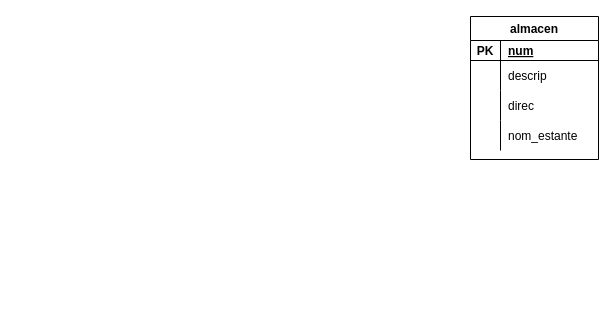
JuanMarinG/TA12_MYSQL keeps this draw.io diagram as Ex5.drawio. Above is the earlier version. Source tidied: cells renumbered, new cells numbered last; positions are measured from the earlier drawing's top-left corner, leaving out a move shared by most shapes. Both pictures are drawn from the tidied source at 100%, with x=0, y=0 at pixel (470, 16).
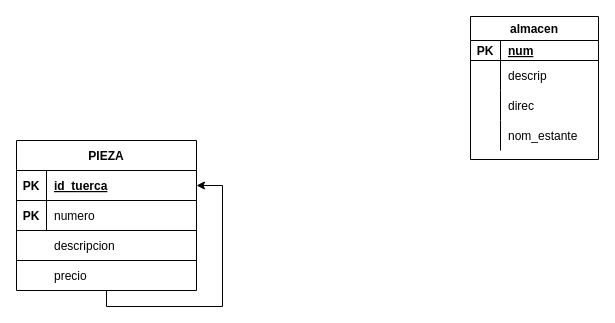
After the change.

Commit message:
Generar tabla PIEZA

What changed in the source:
```diff
@@
+    <mxCell id="15" value="PIEZA" style="shape=table;startSize=30;childLayout=tableLayout;rowLines=0;fontStyle=1;align=center;" parent="1" vertex="1">
+      <mxGeometry x="-454" y="124" width="180" height="150" as="geometry" />
+    </mxCell>
+    <mxCell id="16" style="shape=tableRow;horizontal=0;startSize=0;swimlaneHead=0;swimlaneBody=0;fillColor=none;points=[[0,0.5],[1,0.5]];portConstraint=eastwest;top=0;left=0;right=0;bottom=1;" parent="15" vertex="1">
+      <mxGeometry y="30" width="180" height="30" as="geometry" />
+    </mxCell>
+    <mxCell id="17" value="PK" style="shape=partialRectangle;fillColor=none;top=0;left=0;bottom=0;right=0;fontStyle=1;overflow=hidden;" parent="16" vertex="1">
+      <mxGeometry width="30" height="30" as="geometry" />
+    </mxCell>
+    <mxCell id="18" value="id_tuerca" style="shape=partialRectangle;fillColor=none;top=0;left=0;bottom=0;right=0;align=left;spacingLeft=6;fontStyle=5;overflow=hidden;" parent="16" vertex="1">
+      <mxGeometry x="30" width="150" height="30" as="geometry" />
+    </mxCell>
+    <mxCell id="19" style="shape=tableRow;horizontal=0;startSize=0;swimlaneHead=0;swimlaneBody=0;fillColor=none;top=0;left=0;right=0;bottom=0;" parent="15" vertex="1">
+      <mxGeometry y="60" width="180" height="30" as="geometry" />
+    </mxCell>
+    <mxCell id="20" value="PK" style="shape=partialRectangle;fillColor=none;top=0;left=0;bottom=0;right=0;overflow=hidden;fontStyle=1;" parent="19" vertex="1">
+      <mxGeometry width="30" height="30" as="geometry" />
+    </mxCell>
+    <mxCell id="21" value="numero" style="shape=partialRectangle;fillColor=none;top=0;left=0;bottom=0;right=0;align=left;spacingLeft=6;overflow=hidden;" parent="19" vertex="1">
+      <mxGeometry x="30" width="150" height="30" as="geometry" />
+    </mxCell>
+    <mxCell id="22" style="edgeStyle=orthogonalEdgeStyle;rounded=0;jettySize=auto;html=1;entryX=1;entryY=0.5;entryDx=0;entryDy=0;" parent="15" edge="1" source="15" target="16">
+      <mxGeometry relative="1" as="geometry">
+        <Array as="points">
+          <mxPoint x="90" y="166" />
+          <mxPoint x="206" y="166" />
+          <mxPoint x="206" y="45" />
+        </Array>
+      </mxGeometry>
+    </mxCell>
@@
+    <mxCell id="23" style="line;strokeWidth=1;dashed=0;labelPosition=right;align=left;verticalAlign=middle;spacingTop=0;spacingLeft=6;" parent="1" vertex="1">
+      <mxGeometry x="-454" y="209" width="180" height="10" as="geometry" />
+    </mxCell>
+    <mxCell id="24" style="shape=partialRectangle;fillColor=none;top=0;left=0;bottom=0;right=0;overflow=hidden;fontStyle=1;" parent="1" vertex="1">
+      <mxGeometry x="-454" y="214" width="30" height="30" as="geometry" />
+    </mxCell>
+    <mxCell id="25" value="descripcion" style="shape=partialRectangle;fillColor=none;top=0;left=0;bottom=0;right=0;align=left;spacingLeft=6;overflow=hidden;" parent="1" vertex="1">
+      <mxGeometry x="-424" y="214" width="150" height="30" as="geometry" />
+    </mxCell>
+    <mxCell id="26" value="precio" style="shape=partialRectangle;fillColor=none;top=0;left=0;bottom=0;right=0;align=left;spacingLeft=6;overflow=hidden;" parent="1" vertex="1">
+      <mxGeometry x="-424" y="244" width="150" height="30" as="geometry" />
+    </mxCell>
+    <mxCell id="27" style="endArrow=none;html=1;rounded=0;" parent="1" edge="1">
+      <mxGeometry relative="1" as="geometry">
+        <mxPoint x="-454" y="244" as="sourcePoint" />
+        <mxPoint x="-274" y="244" as="targetPoint" />
+      </mxGeometry>
+    </mxCell>
```
